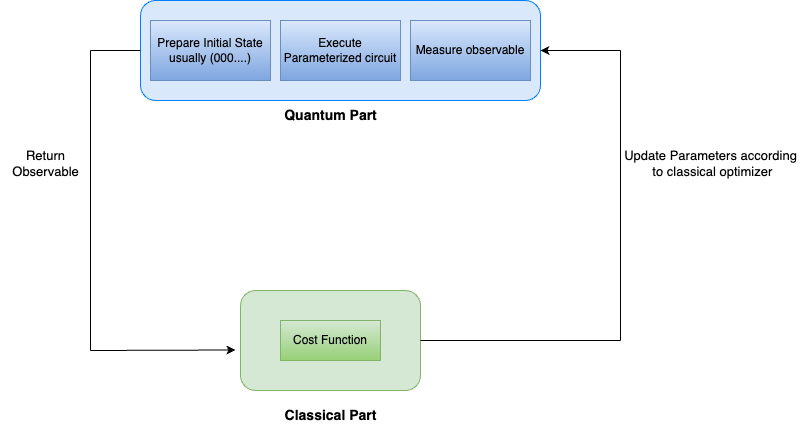
Before: img/vqa.png, a diagram exported from draw.io (tinaoberoi/Tutorial_VQE). Source tidied: cells renumbered, new cells last; positions are measured from the earlier drawing's top-left corner, leaving out a move shared by most shapes. The source it was exported from:
```xml
<mxGraphModel>
  <root>
    <mxCell id="0" />
    <mxCell id="1" parent="0" />
    <mxCell id="2" style="rounded=1;whiteSpace=wrap;html=1;fillColor=#dae8fc;strokeColor=#007FFF;" parent="1" vertex="1">
      <mxGeometry x="140" width="400" height="100" as="geometry" />
    </mxCell>
    <mxCell id="3" style="rounded=1;whiteSpace=wrap;html=1;fillColor=#d5e8d4;strokeColor=#82b366;" parent="1" vertex="1">
      <mxGeometry x="240" y="290" width="180" height="100" as="geometry" />
    </mxCell>
    <mxCell id="4" value="Prepare Initial State usually (000....)" style="rounded=0;whiteSpace=wrap;html=1;fillColor=#dae8fc;strokeColor=#6c8ebf;gradientColor=#7ea6e0;" parent="1" vertex="1">
      <mxGeometry x="150" y="20" width="120" height="60" as="geometry" />
    </mxCell>
    <mxCell id="5" value="Execute Parameterized circuit" style="rounded=0;whiteSpace=wrap;html=1;fillColor=#dae8fc;strokeColor=#6c8ebf;gradientColor=#7ea6e0;" parent="1" vertex="1">
      <mxGeometry x="280" y="20" width="120" height="60" as="geometry" />
    </mxCell>
    <mxCell id="6" value="Measure observable" style="rounded=0;whiteSpace=wrap;html=1;fillColor=#dae8fc;strokeColor=#6c8ebf;gradientColor=#7ea6e0;" parent="1" vertex="1">
      <mxGeometry x="410" y="20" width="120" height="60" as="geometry" />
    </mxCell>
    <mxCell id="7" value="&lt;b&gt;&lt;font style=&quot;font-size: 14px;&quot;&gt;Quantum Part&lt;/font&gt;&lt;/b&gt;" style="text;html=1;align=center;verticalAlign=middle;strokeColor=none;fillColor=none;" parent="1" vertex="1">
      <mxGeometry x="270" y="100" width="120" height="30" as="geometry" />
    </mxCell>
    <mxCell id="8" value="Cost Function" style="rounded=0;whiteSpace=wrap;html=1;fillColor=#d5e8d4;strokeColor=#82b366;gradientColor=#97d077;" parent="1" vertex="1">
      <mxGeometry x="280" y="320" width="100" height="40" as="geometry" />
    </mxCell>
    <mxCell id="9" value="&lt;b&gt;&lt;font style=&quot;font-size: 14px;&quot;&gt;Classical Part&lt;/font&gt;&lt;/b&gt;" style="text;html=1;align=center;verticalAlign=middle;strokeColor=none;fillColor=none;" parent="1" vertex="1">
      <mxGeometry x="270" y="400" width="120" height="30" as="geometry" />
    </mxCell>
    <mxCell id="10" style="endArrow=classic;html=1;rounded=0;entryX=1;entryY=0.5;entryDx=0;entryDy=0;" parent="1" edge="1" target="2">
      <mxGeometry relative="1" as="geometry">
        <mxPoint x="620" y="50" as="sourcePoint" />
      </mxGeometry>
    </mxCell>
    <mxCell id="11" style="endArrow=none;html=1;rounded=0;" parent="1" edge="1">
      <mxGeometry relative="1" as="geometry">
        <mxPoint x="620" y="340" as="sourcePoint" />
        <mxPoint x="620" y="50" as="targetPoint" />
      </mxGeometry>
    </mxCell>
    <mxCell id="12" style="endArrow=none;html=1;rounded=0;exitX=1;exitY=0.5;exitDx=0;exitDy=0;" parent="1" edge="1" source="3">
      <mxGeometry relative="1" as="geometry">
        <mxPoint x="620" y="340" as="targetPoint" />
      </mxGeometry>
    </mxCell>
    <mxCell id="13" value="&lt;font style=&quot;font-size: 13px;&quot;&gt;Update Parameters according&lt;br&gt;&lt;/font&gt;&lt;font style=&quot;font-size: 13px;&quot;&gt;&amp;nbsp;to classical optimizer&lt;/font&gt;" style="text;html=1;align=center;verticalAlign=middle;strokeColor=none;fillColor=none;" parent="1" vertex="1">
      <mxGeometry x="610" y="143" width="200" height="40" as="geometry" />
    </mxCell>
    <mxCell id="14" style="endArrow=classic;html=1;rounded=0;entryX=-0.028;entryY=0.595;entryDx=0;entryDy=0;entryPerimeter=0;" parent="1" edge="1" target="3">
      <mxGeometry relative="1" as="geometry">
        <mxPoint x="90" y="350" as="sourcePoint" />
      </mxGeometry>
    </mxCell>
    <mxCell id="15" style="endArrow=none;html=1;rounded=0;" parent="1" edge="1">
      <mxGeometry relative="1" as="geometry">
        <mxPoint x="90" y="350" as="sourcePoint" />
        <mxPoint x="90" y="50" as="targetPoint" />
      </mxGeometry>
    </mxCell>
    <mxCell id="16" style="endArrow=none;html=1;rounded=0;entryX=0;entryY=0.5;entryDx=0;entryDy=0;" parent="1" edge="1" target="2">
      <mxGeometry relative="1" as="geometry">
        <mxPoint x="90" y="50" as="sourcePoint" />
      </mxGeometry>
    </mxCell>
    <mxCell id="17" value="&lt;font style=&quot;font-size: 13px;&quot;&gt;Return&lt;br&gt;Observable&lt;/font&gt;" style="text;html=1;align=center;verticalAlign=middle;strokeColor=none;fillColor=none;" parent="1" vertex="1">
      <mxGeometry y="143" width="90" height="40" as="geometry" />
    </mxCell>
  </root>
</mxGraphModel>
```
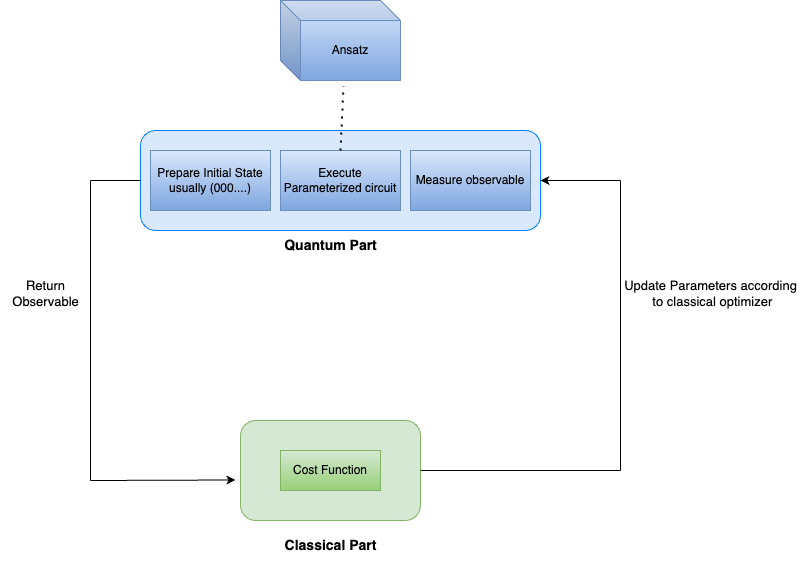
Later version of the same file.

The edit, as a diff of the source:
```diff
@@ -64,5 +64,11 @@
     <mxCell id="17" value="&lt;font style=&quot;font-size: 13px;&quot;&gt;Return&lt;br&gt;Observable&lt;/font&gt;" style="text;html=1;align=center;verticalAlign=middle;strokeColor=none;fillColor=none;" parent="1" vertex="1">
       <mxGeometry y="143" width="90" height="40" as="geometry" />
     </mxCell>
+    <mxCell id="18" value="Ansatz" style="shape=cube;whiteSpace=wrap;html=1;boundedLbl=1;backgroundOutline=1;darkOpacity=0.05;darkOpacity2=0.1;fillColor=#dae8fc;gradientColor=#7ea6e0;strokeColor=#6c8ebf;" parent="1" vertex="1">
+      <mxGeometry x="280" y="-130" width="120" height="80" as="geometry" />
+    </mxCell>
+    <mxCell id="19" style="endArrow=none;dashed=1;html=1;dashPattern=1 3;strokeWidth=2;rounded=0;entryX=0.525;entryY=1.069;entryDx=0;entryDy=0;entryPerimeter=0;exitX=0.5;exitY=0;exitDx=0;exitDy=0;" parent="1" edge="1" source="5" target="18">
+      <mxGeometry relative="1" as="geometry" />
+    </mxCell>
   </root>
 </mxGraphModel>
```
